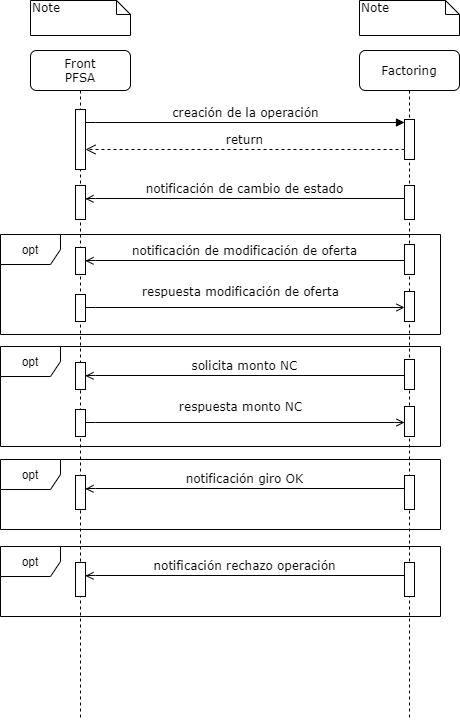
The draw.io diagram Factoring/Factoring-Front/Diagrama Interacción Front Factoring.png in Derivatik/Recursos-Documentacion, before a commit. Source tidied: cells renumbered, new cells last; positions are measured from the earlier drawing's top-left corner, leaving out a move shared by most shapes.
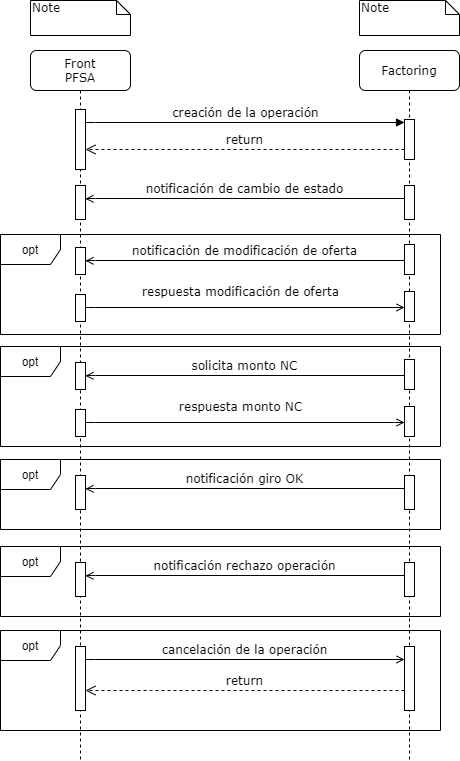
The same file after the commit.

Commit message:
actualiza recurso

Diff of the diagram source:
```diff
@@ -12,10 +12,10 @@
       </mxGeometry>
     </mxCell>
     <mxCell id="4" value="Front&lt;br&gt;PFSA" style="shape=umlLifeline;perimeter=lifelinePerimeter;whiteSpace=wrap;html=1;rounded=1;shadow=0;comic=0;labelBackgroundColor=none;strokeWidth=1;fontFamily=Verdana;fontSize=12;align=center;" parent="1" vertex="1">
-      <mxGeometry x="30" y="50" width="100" height="670" as="geometry" />
+      <mxGeometry x="30" y="50" width="100" height="710" as="geometry" />
     </mxCell>
     <mxCell id="5" value="Factoring" style="shape=umlLifeline;perimeter=lifelinePerimeter;whiteSpace=wrap;html=1;rounded=1;shadow=0;comic=0;labelBackgroundColor=none;strokeWidth=1;fontFamily=Verdana;fontSize=12;align=center;" parent="1" vertex="1">
-      <mxGeometry x="359" y="50" width="100" height="670" as="geometry" />
+      <mxGeometry x="359" y="50" width="100" height="710" as="geometry" />
     </mxCell>
     <mxCell id="6" style="html=1;perimeter=orthogonalPerimeter;rounded=0;shadow=0;comic=0;labelBackgroundColor=none;strokeWidth=1;fontFamily=Verdana;fontSize=12;align=center;" parent="5" vertex="1">
       <mxGeometry x="45" y="194" width="10" height="30" as="geometry" />
@@ -140,5 +140,30 @@
         <mxPoint x="85" y="575.3" as="targetPoint" />
       </mxGeometry>
     </mxCell>
+    <mxCell id="37" value="opt" style="shape=umlFrame;whiteSpace=wrap;html=1;" parent="1" vertex="1">
+      <mxGeometry y="630" width="440" height="100" as="geometry" />
+    </mxCell>
+    <mxCell id="38" style="html=1;perimeter=orthogonalPerimeter;rounded=0;shadow=0;comic=0;labelBackgroundColor=none;strokeWidth=1;fontFamily=Verdana;fontSize=12;align=center;" parent="1" vertex="1">
+      <mxGeometry x="75" y="646" width="10" height="64" as="geometry" />
+    </mxCell>
+    <mxCell id="39" style="html=1;perimeter=orthogonalPerimeter;rounded=0;shadow=0;comic=0;labelBackgroundColor=none;strokeWidth=1;fontFamily=Verdana;fontSize=12;align=center;" parent="1" vertex="1">
+      <mxGeometry x="404" y="646" width="10" height="64" as="geometry" />
+    </mxCell>
+    <mxCell id="40" value="cancelación de la operación" style="html=1;verticalAlign=bottom;endArrow=none;entryX=0;entryY=0;labelBackgroundColor=none;fontFamily=Verdana;fontSize=12;edgeStyle=elbowEdgeStyle;elbow=vertical;endFill=0;strokeColor=#000000;startArrow=open;startFill=0;" parent="1" edge="1">
+      <mxGeometry relative="1" as="geometry">
+        <mxPoint x="404" y="659" as="sourcePoint" />
+        <mxPoint x="85" y="659.3" as="targetPoint" />
+      </mxGeometry>
+    </mxCell>
+    <mxCell id="41" value="return" style="html=1;verticalAlign=bottom;endArrow=open;dashed=1;endSize=8;labelBackgroundColor=none;fontFamily=Verdana;fontSize=12;edgeStyle=elbowEdgeStyle;elbow=vertical;" parent="1" edge="1">
+      <mxGeometry relative="1" as="geometry">
+        <mxPoint x="404" y="690" as="sourcePoint" />
+        <mxPoint x="85" y="690" as="targetPoint" />
+        <Array as="points">
+          <mxPoint x="160" y="690" />
+          <mxPoint x="190" y="690" />
+        </Array>
+      </mxGeometry>
+    </mxCell>
   </root>
 </mxGraphModel>
```
